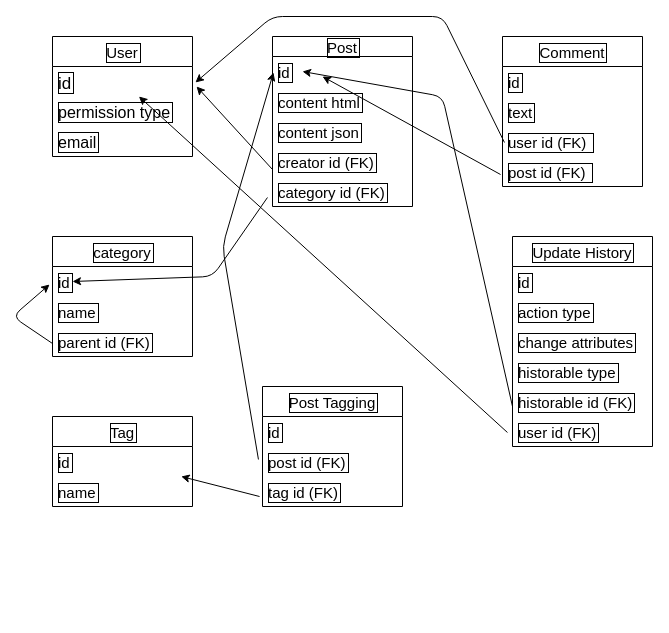
This is blog.dio from ayatama523/Mofu-blog-app, a draw.io file, before an edit. Source tidied: cells renumbered, new cells numbered last; positions are measured from the earlier drawing's top-left corner, leaving out a move shared by most shapes. Both pictures are drawn from the tidied source at 100%, with x=0, y=0 at pixel (12, 16).
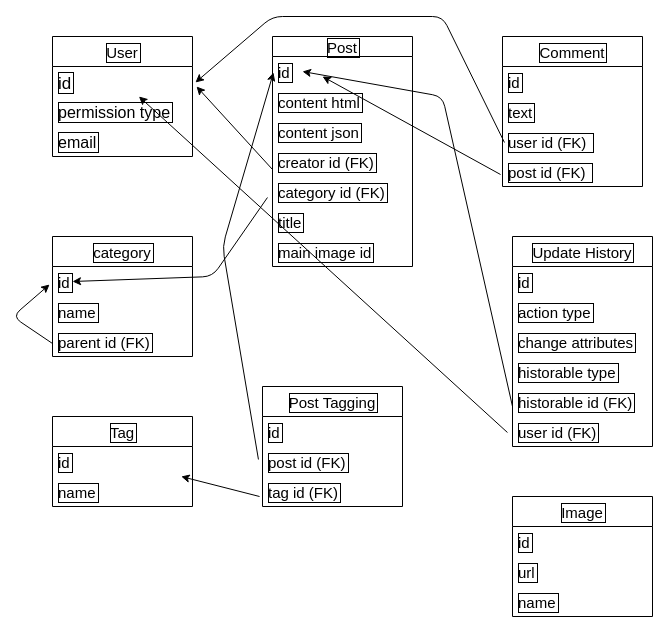
The same diagram, later.

The edit, as a diff of the source:
```diff
@@
     <mxCell id="11" value="Post" style="swimlane;fontStyle=0;horizontal=1;startSize=20;labelBorderColor=default;fontSize=15;" parent="1" vertex="1">
-      <mxGeometry x="260" y="20" width="140" height="170" as="geometry" />
+      <mxGeometry x="260" y="20" width="140" height="230" as="geometry" />
     </mxCell>
@@
+    <mxCell id="44" value="title" style="text;strokeColor=none;fillColor=none;align=left;verticalAlign=middle;spacingLeft=4;spacingRight=4;overflow=hidden;labelBorderColor=default;fontSize=15;" parent="11" vertex="1">
+      <mxGeometry y="170" width="140" height="30" as="geometry" />
+    </mxCell>
+    <mxCell id="45" value="main image id" style="text;strokeColor=none;fillColor=none;align=left;verticalAlign=middle;spacingLeft=4;spacingRight=4;overflow=hidden;labelBorderColor=default;fontSize=15;" parent="11" vertex="1">
+      <mxGeometry y="200" width="140" height="30" as="geometry" />
+    </mxCell>
@@
+    <mxCell id="46" value="Image" style="swimlane;fontStyle=0;horizontal=1;startSize=30;labelBorderColor=default;fontSize=15;" parent="1" vertex="1">
+      <mxGeometry x="500" y="480" width="140" height="120" as="geometry" />
+    </mxCell>
+    <mxCell id="47" value="id" style="text;strokeColor=none;fillColor=none;align=left;verticalAlign=middle;spacingLeft=4;spacingRight=4;overflow=hidden;labelBorderColor=default;fontSize=15;" parent="46" vertex="1">
+      <mxGeometry y="30" width="140" height="30" as="geometry" />
+    </mxCell>
+    <mxCell id="48" value="url" style="text;strokeColor=none;fillColor=none;align=left;verticalAlign=middle;spacingLeft=4;spacingRight=4;overflow=hidden;labelBorderColor=default;fontSize=15;" parent="46" vertex="1">
+      <mxGeometry y="60" width="140" height="30" as="geometry" />
+    </mxCell>
+    <mxCell id="49" value="name" style="text;strokeColor=none;fillColor=none;align=left;verticalAlign=middle;spacingLeft=4;spacingRight=4;overflow=hidden;labelBorderColor=default;fontSize=15;" parent="46" vertex="1">
+      <mxGeometry y="90" width="140" height="30" as="geometry" />
+    </mxCell>
```
